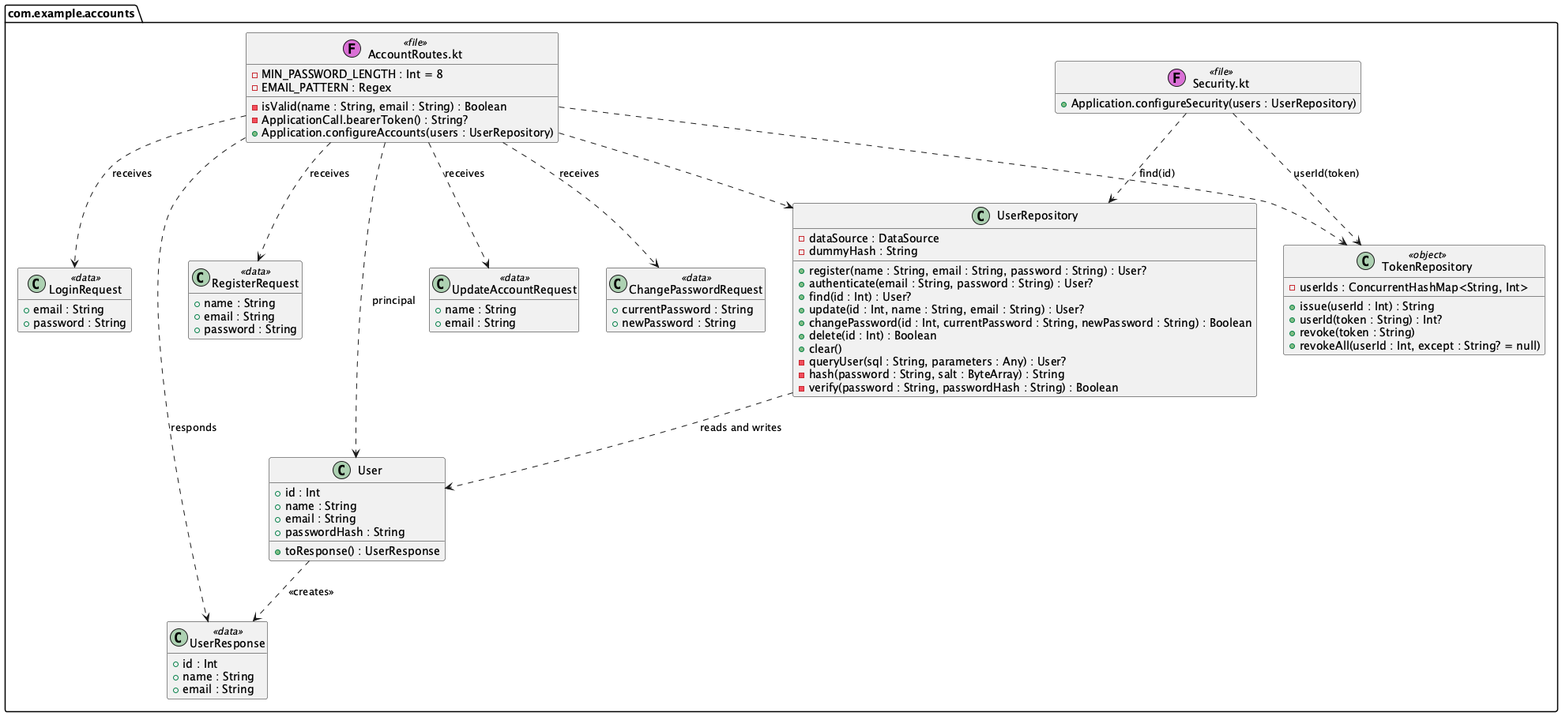
Before: docs/diagrams/class-accounts.png, a diagram exported from PlantUML (Rent-a-car-38291/rent-a-car).
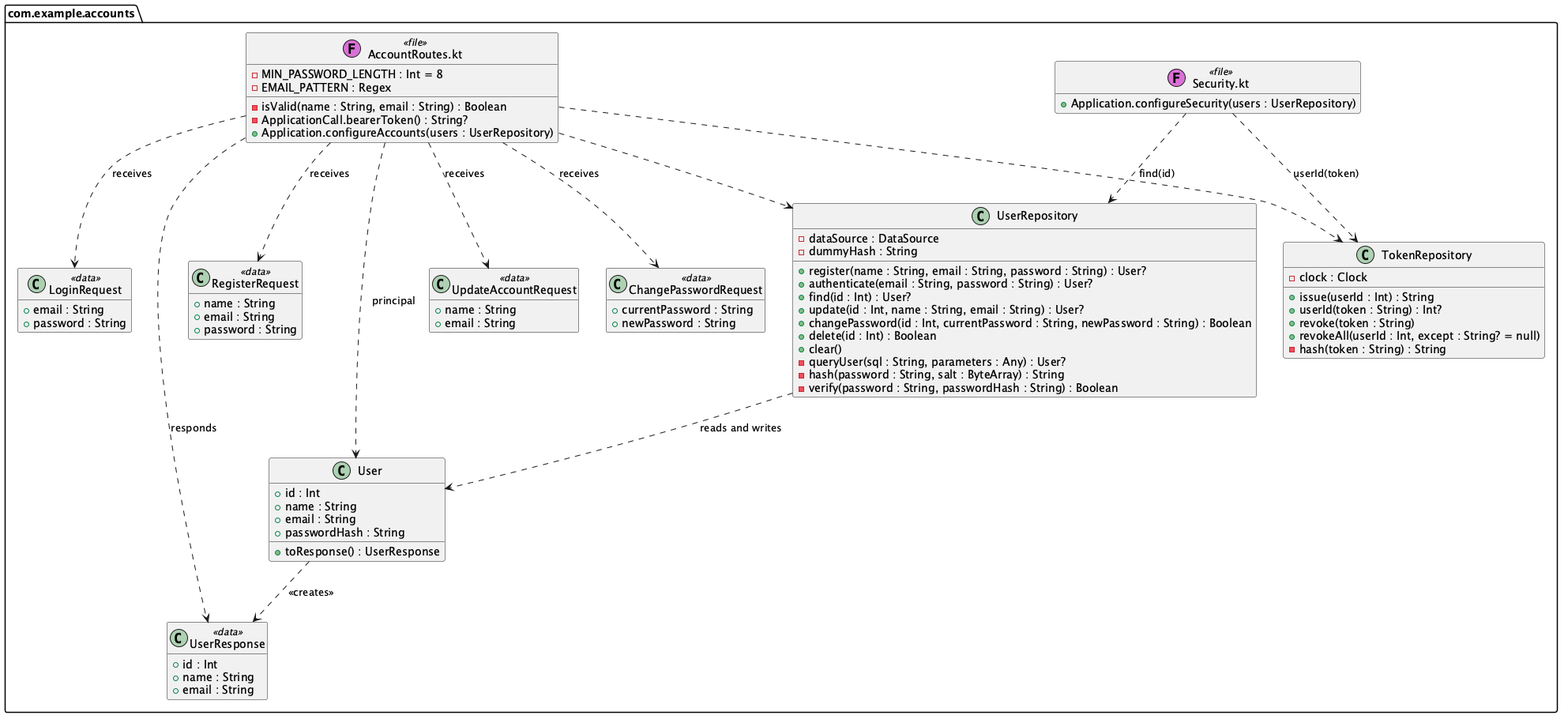
After the change.

The edit, as a diff of the source:
```diff
@@ -56,12 +56,13 @@
     - hash(password : String, salt : ByteArray) : String
     - verify(password : String, passwordHash : String) : Boolean
   }
-  class TokenRepository <<object>> {
-    - userIds : ConcurrentHashMap<String, Int>
+  class TokenRepository {
+    - clock : Clock
     + issue(userId : Int) : String
     + userId(token : String) : Int?
     + revoke(token : String)
     + revokeAll(userId : Int, except : String? = null)
+    - hash(token : String) : String
   }
 }
 
```
